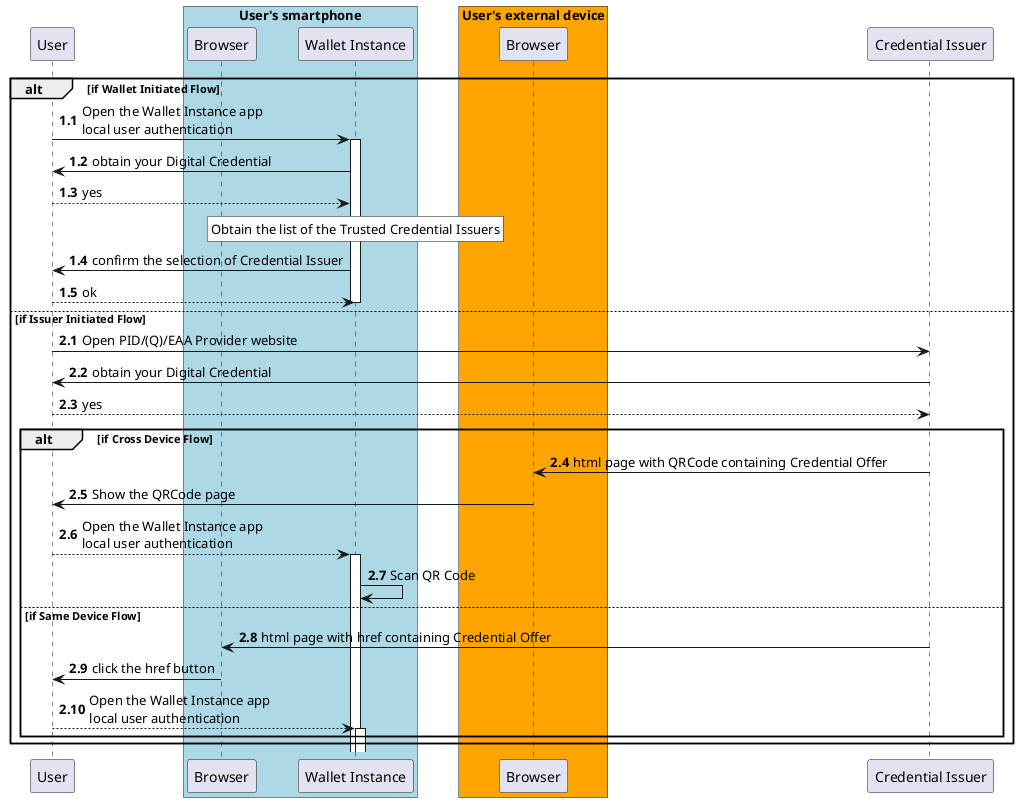
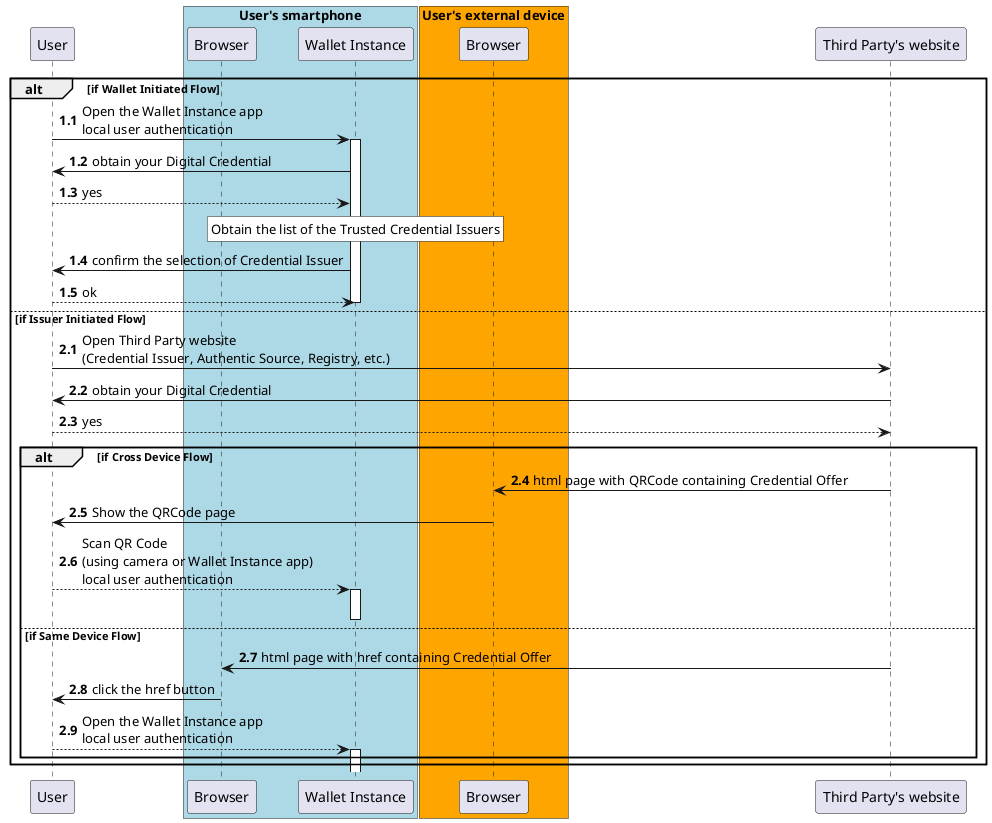
@startuml Credential Request Flow by the User
autonumber 1.1

participant "User" as u

box "User's smartphone" #LightBlue
participant "Browser" as br
participant "Wallet Instance" as w
end box

box "User's external device" #Orange
participant "Browser" as bre
end box

- participant "Credential Issuer" as i
+ participant "Third Party's website" as i

alt if Wallet Initiated Flow

u -> w: Open the Wallet Instance app\nlocal user authentication
activate w
w -> u: obtain your Digital Credential
u --> w: yes

rnote over w #WHITE
Obtain the list of the Trusted Credential Issuers
endrnote

w->u: confirm the selection of Credential Issuer

u-->w: ok

deactivate w

else if Issuer Initiated Flow

autonumber 2.1

- u -> i: Open PID/(Q)/EAA Provider website
+ u -> i: Open Third Party website\n(Credential Issuer, Authentic Source, Registry, etc.)
i -> u: obtain your Digital Credential
u --> i: yes

alt if Cross Device Flow

i -> bre: html page with QRCode containing Credential Offer
bre -> u: Show the QRCode page
- u --> w: Open the Wallet Instance app\nlocal user authentication
+ u --> w: Scan QR Code \n(using camera or Wallet Instance app)\nlocal user authentication
activate w
- w -> w: Scan QR Code
- 
+ ' w -> w: Scan QR Code
+ deactivate w


else if Same Device Flow

i -> br: html page with href containing Credential Offer
br -> u: click the href button


u --> w: Open the Wallet Instance app\nlocal user authentication
activate w

end

end
@enduml